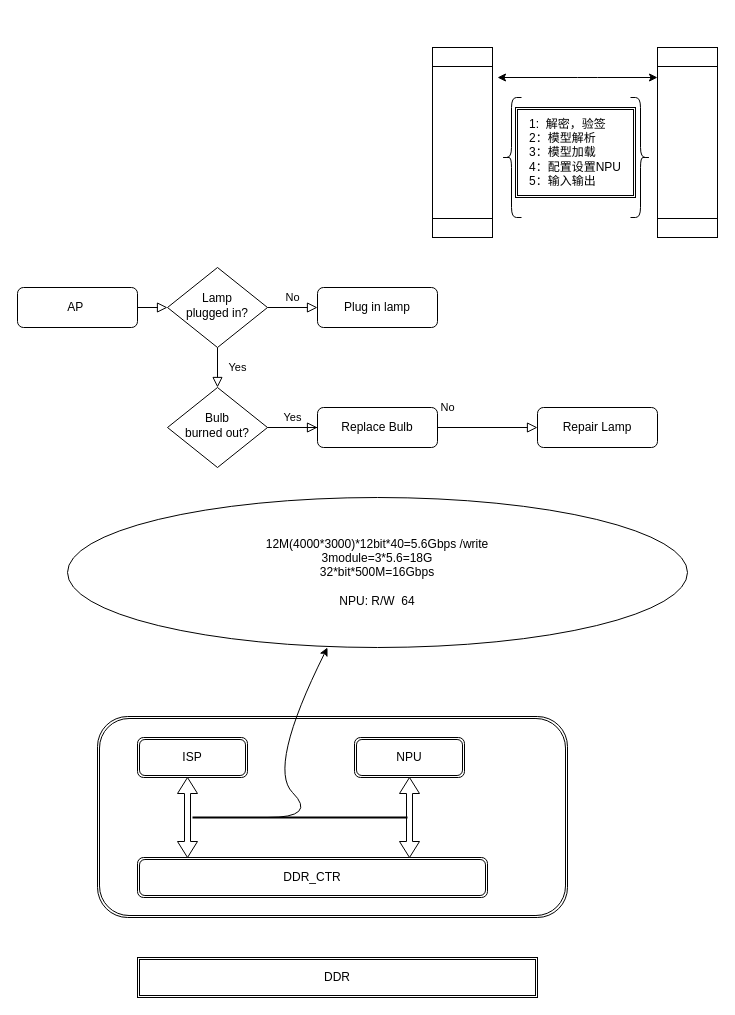
Above: tool_graph_drawio/demo.drawio in paulluo/work_note (draw.io), before the change. Source tidied: cells renumbered, new cells numbered last; positions are measured from the earlier drawing's top-left corner, leaving out a move shared by most shapes. Both pictures are drawn from the tidied source at 100%, with x=0, y=0 at pixel (17, 77).
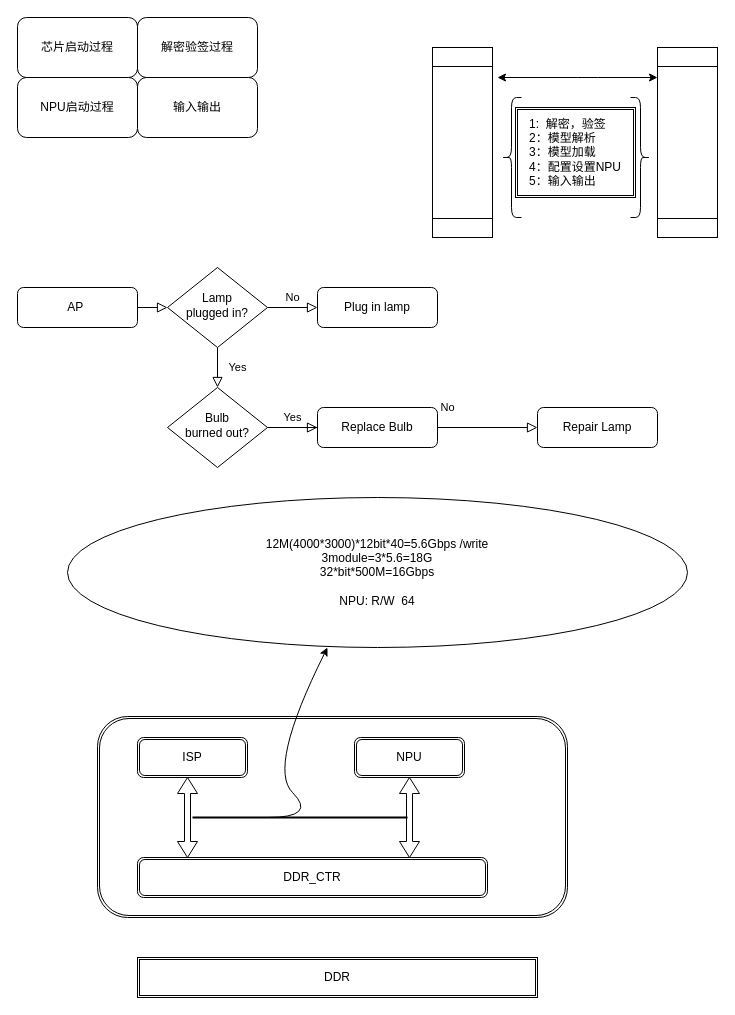
The same diagram, later.

What changed in the source:
```diff
@@
+    <mxCell id="29" value="解密验签过程" style="rounded=1;whiteSpace=wrap;html=1;" parent="1" vertex="1">
+      <mxGeometry x="120" y="-60" width="120" height="60" as="geometry" />
+    </mxCell>
+    <mxCell id="30" value="芯片启动过程" style="rounded=1;whiteSpace=wrap;html=1;" parent="1" vertex="1">
+      <mxGeometry y="-60" width="120" height="60" as="geometry" />
+    </mxCell>
+    <mxCell id="31" value="NPU启动过程" style="rounded=1;whiteSpace=wrap;html=1;" parent="1" vertex="1">
+      <mxGeometry width="120" height="60" as="geometry" />
+    </mxCell>
+    <mxCell id="32" value="输入输出" style="rounded=1;whiteSpace=wrap;html=1;" parent="1" vertex="1">
+      <mxGeometry x="120" width="120" height="60" as="geometry" />
+    </mxCell>
```
